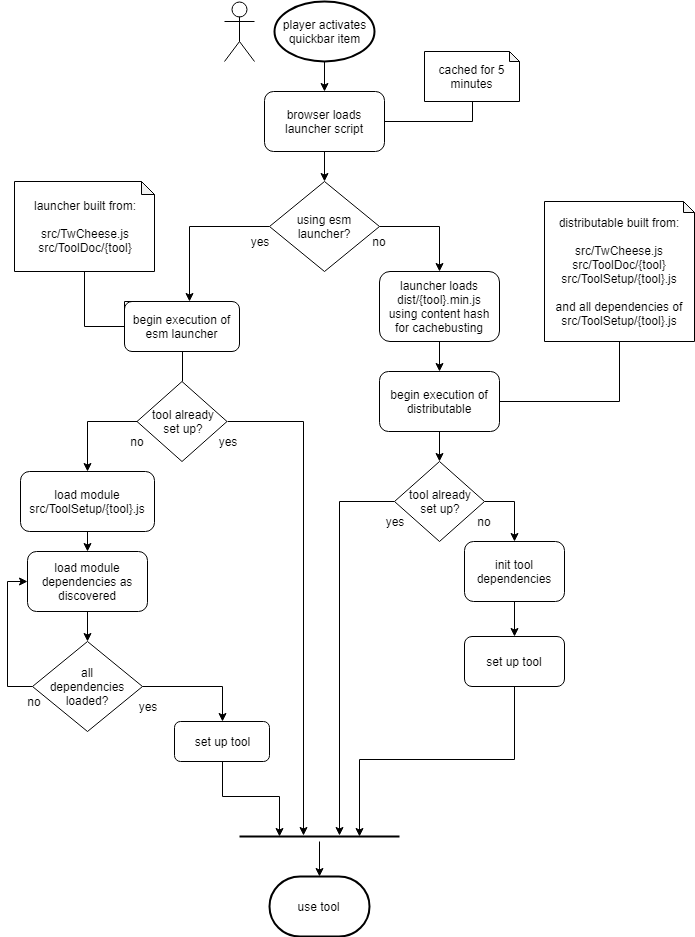
Earlier version of the draw.io export doc/developer/tool-execution.png (cheesasaurus/twcheese). Source tidied: cells renumbered, new cells last; positions are measured from the earlier drawing's top-left corner, leaving out a move shared by most shapes.
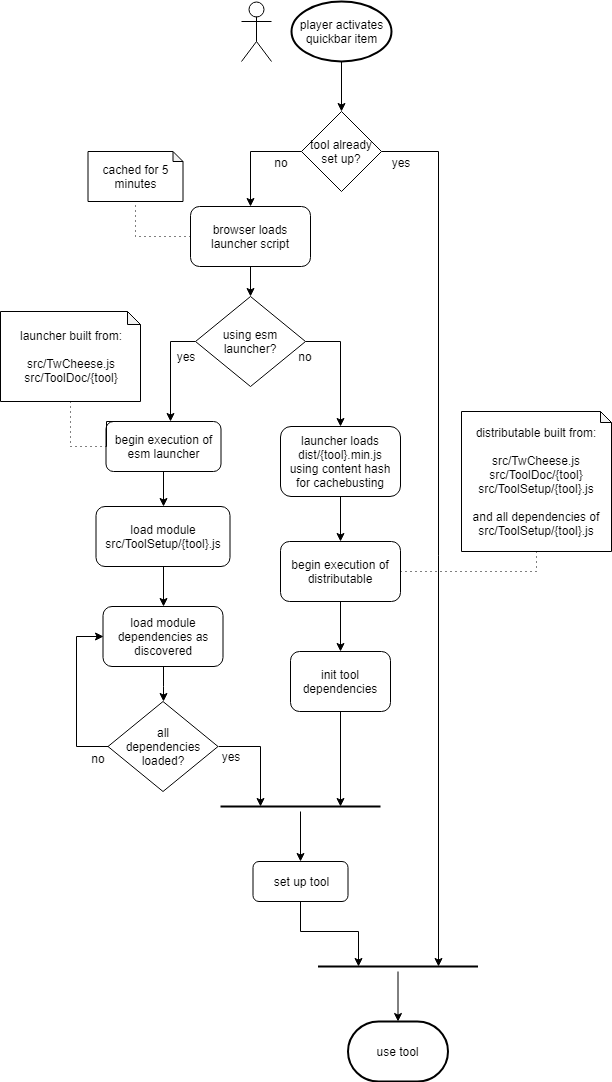
Later version of the same file.

Change to the diagram source:
```diff
@@ -5,17 +5,17 @@
     <mxCell id="2" style="shape=umlActor;verticalLabelPosition=bottom;labelBackgroundColor=#ffffff;verticalAlign=top;html=1;" parent="1" vertex="1">
       <mxGeometry x="210" width="30" height="60" as="geometry" />
     </mxCell>
-    <mxCell id="3" style="edgeStyle=orthogonalEdgeStyle;rounded=0;jettySize=auto;html=1;entryX=0.5;entryY=0;entryDx=0;entryDy=0;exitX=0.5;exitY=1;exitDx=0;exitDy=0;exitPerimeter=0;" parent="1" edge="1" source="52" target="6">
+    <mxCell id="3" style="edgeStyle=orthogonalEdgeStyle;rounded=0;jettySize=auto;html=1;entryX=0.5;entryY=0;entryDx=0;entryDy=0;exitX=0;exitY=0.5;exitDx=0;exitDy=0;" parent="1" edge="1" source="58" target="6">
       <mxGeometry relative="1" as="geometry" />
     </mxCell>
     <mxCell id="4" style="edgeStyle=orthogonalEdgeStyle;rounded=0;jettySize=auto;html=1;exitX=0.5;exitY=1;exitDx=0;exitDy=0;" parent="1" edge="1" source="6" target="9">
       <mxGeometry relative="1" as="geometry" />
     </mxCell>
-    <mxCell id="5" style="edgeStyle=orthogonalEdgeStyle;rounded=0;jettySize=auto;html=1;entryX=0.5;entryY=1;entryDx=0;entryDy=0;entryPerimeter=0;endArrow=none;endFill=0;" parent="1" edge="1" source="6" target="51">
+    <mxCell id="5" style="edgeStyle=orthogonalEdgeStyle;rounded=0;jettySize=auto;html=1;entryX=0.5;entryY=1;entryDx=0;entryDy=0;entryPerimeter=0;endArrow=none;endFill=0;exitX=0;exitY=0.5;exitDx=0;exitDy=0;strokeColor=#000000;dashed=1;dashPattern=1 4;" parent="1" edge="1" source="6" target="51">
       <mxGeometry relative="1" as="geometry" />
     </mxCell>
     <mxCell id="6" value="browser loads launcher script" style="rounded=1;whiteSpace=wrap;html=1;" parent="1" vertex="1">
-      <mxGeometry x="250" y="90" width="120" height="60" as="geometry" />
+      <mxGeometry x="159" y="205" width="120" height="60" as="geometry" />
     </mxCell>
     <mxCell id="7" style="edgeStyle=orthogonalEdgeStyle;rounded=0;jettySize=auto;html=1;exitX=0;exitY=0.5;exitDx=0;exitDy=0;entryX=0.565;entryY=0;entryDx=0;entryDy=0;entryPerimeter=0;" parent="1" edge="1" source="9" target="11">
       <mxGeometry relative="1" as="geometry" />
@@ -24,136 +24,126 @@
       <mxGeometry relative="1" as="geometry" />
     </mxCell>
     <mxCell id="9" value="using esm launcher?" style="rhombus;whiteSpace=wrap;html=1;" parent="1" vertex="1">
-      <mxGeometry x="255" y="180" width="110" height="90" as="geometry" />
+      <mxGeometry x="164" y="295" width="110" height="90" as="geometry" />
     </mxCell>
-    <mxCell id="10" style="edgeStyle=orthogonalEdgeStyle;rounded=0;jettySize=auto;html=1;exitX=0.5;exitY=1;exitDx=0;exitDy=0;entryX=0.5;entryY=0;entryDx=0;entryDy=0;endArrow=none;endFill=0;" parent="1" edge="1" source="11" target="17">
-      <mxGeometry relative="1" as="geometry" />
-    </mxCell>
     <mxCell id="11" value="begin execution of esm launcher" style="rounded=1;whiteSpace=wrap;html=1;" parent="1" vertex="1">
-      <mxGeometry x="110" y="300" width="115" height="50" as="geometry" />
+      <mxGeometry x="74.5" y="420" width="115" height="50" as="geometry" />
     </mxCell>
-    <mxCell id="12" style="edgeStyle=orthogonalEdgeStyle;rounded=0;jettySize=auto;html=1;exitX=0.5;exitY=1;exitDx=0;exitDy=0;exitPerimeter=0;entryX=0;entryY=0.5;entryDx=0;entryDy=0;endArrow=none;endFill=0;" parent="1" edge="1" source="13" target="11">
+    <mxCell id="12" style="edgeStyle=orthogonalEdgeStyle;rounded=0;jettySize=auto;html=1;exitX=0.5;exitY=1;exitDx=0;exitDy=0;exitPerimeter=0;entryX=0;entryY=0.5;entryDx=0;entryDy=0;endArrow=none;endFill=0;dashed=1;dashPattern=1 4;" parent="1" edge="1" source="13" target="11">
       <mxGeometry relative="1" as="geometry" />
     </mxCell>
     <mxCell id="13" value="&lt;div&gt;launcher built from:&lt;/div&gt;&lt;div&gt;&lt;br&gt;&lt;/div&gt;&lt;div&gt;src/TwCheese.js&lt;/div&gt;&lt;div&gt;src/ToolDoc/{tool}&lt;/div&gt;" style="shape=note;whiteSpace=wrap;html=1;backgroundOutline=1;darkOpacity=0.05;size=13;" parent="1" vertex="1">
-      <mxGeometry y="180" width="140" height="90" as="geometry" />
+      <mxGeometry x="-31" y="310" width="140" height="90" as="geometry" />
     </mxCell>
     <mxCell id="14" style="edgeStyle=orthogonalEdgeStyle;rounded=0;orthogonalLoop=1;jettySize=auto;html=1;exitX=0.25;exitY=0;exitDx=0;exitDy=0;entryX=0;entryY=0.5;entryDx=0;entryDy=0;endArrow=none;endFill=0;" parent="1" edge="1" source="11" target="11">
       <mxGeometry relative="1" as="geometry" />
     </mxCell>
-    <mxCell id="15" style="edgeStyle=orthogonalEdgeStyle;rounded=0;jettySize=auto;html=1;exitX=0;exitY=0.5;exitDx=0;exitDy=0;entryX=0.5;entryY=0;entryDx=0;entryDy=0;endArrow=classic;endFill=1;" parent="1" edge="1" source="17" target="19">
+    <mxCell id="15" style="edgeStyle=orthogonalEdgeStyle;rounded=0;jettySize=auto;html=1;exitX=0.5;exitY=1;exitDx=0;exitDy=0;entryX=0.5;entryY=0;entryDx=0;entryDy=0;endArrow=classic;endFill=1;" parent="1" edge="1" source="11" target="19">
       <mxGeometry relative="1" as="geometry" />
     </mxCell>
-    <mxCell id="16" style="edgeStyle=orthogonalEdgeStyle;rounded=0;jettySize=auto;html=1;exitX=1;exitY=0.5;exitDx=0;exitDy=0;entryX=0.4;entryY=0.4;entryDx=0;entryDy=0;entryPerimeter=0;endArrow=classic;endFill=1;" parent="1" edge="1" source="17" target="26">
-      <mxGeometry relative="1" as="geometry" />
-    </mxCell>
-    <mxCell id="17" value="&lt;div&gt;tool already&lt;/div&gt;&lt;div&gt; set up?&lt;/div&gt;" style="rhombus;whiteSpace=wrap;html=1;" parent="1" vertex="1">
-      <mxGeometry x="122.5" y="380" width="90" height="80" as="geometry" />
-    </mxCell>
-    <mxCell id="18" style="edgeStyle=orthogonalEdgeStyle;rounded=0;jettySize=auto;html=1;exitX=0.5;exitY=1;exitDx=0;exitDy=0;entryX=0.5;entryY=0;entryDx=0;entryDy=0;endArrow=classic;endFill=1;" parent="1" edge="1" source="19" target="21">
+    <mxCell id="18" style="edgeStyle=orthogonalEdgeStyle;rounded=0;jettySize=auto;html=1;exitX=0.5;exitY=1;exitDx=0;exitDy=0;entryX=0.5;entryY=0;entryDx=0;entryDy=0;" parent="1" edge="1" source="19" target="21">
       <mxGeometry relative="1" as="geometry" />
     </mxCell>
     <mxCell id="19" value="&lt;div&gt;load module&lt;/div&gt;&lt;div&gt;src/ToolSetup/{tool}.js&lt;br&gt;&lt;/div&gt;" style="rounded=1;whiteSpace=wrap;html=1;" parent="1" vertex="1">
-      <mxGeometry x="6" y="470" width="134" height="60" as="geometry" />
+      <mxGeometry x="64.5" y="505" width="134" height="60" as="geometry" />
     </mxCell>
-    <mxCell id="20" style="edgeStyle=orthogonalEdgeStyle;rounded=0;jettySize=auto;html=1;exitX=0.5;exitY=1;exitDx=0;exitDy=0;entryX=0.5;entryY=0;entryDx=0;entryDy=0;endArrow=classic;endFill=1;" parent="1" edge="1" source="21" target="24">
+    <mxCell id="20" style="edgeStyle=orthogonalEdgeStyle;rounded=0;jettySize=auto;html=1;entryX=0.5;entryY=0;entryDx=0;entryDy=0;" parent="1" edge="1" source="21" target="24">
       <mxGeometry relative="1" as="geometry" />
     </mxCell>
     <mxCell id="21" value="load module dependencies as discovered" style="rounded=1;whiteSpace=wrap;html=1;" parent="1" vertex="1">
-      <mxGeometry x="13" y="550" width="120" height="60" as="geometry" />
+      <mxGeometry x="71.5" y="605" width="120" height="60" as="geometry" />
     </mxCell>
     <mxCell id="22" style="edgeStyle=orthogonalEdgeStyle;rounded=0;jettySize=auto;html=1;exitX=0;exitY=0.5;exitDx=0;exitDy=0;entryX=0;entryY=0.5;entryDx=0;entryDy=0;endArrow=classic;endFill=1;" parent="1" edge="1" source="24" target="21">
-      <mxGeometry relative="1" as="geometry" />
+      <mxGeometry relative="1" as="geometry">
+        <Array as="points">
+          <mxPoint x="45" y="745" />
+          <mxPoint x="45" y="635" />
+        </Array>
+      </mxGeometry>
     </mxCell>
-    <mxCell id="23" style="edgeStyle=orthogonalEdgeStyle;rounded=0;jettySize=auto;html=1;exitX=1;exitY=0.5;exitDx=0;exitDy=0;entryX=0.5;entryY=0;entryDx=0;entryDy=0;" parent="1" edge="1" source="24" target="50">
+    <mxCell id="23" style="edgeStyle=orthogonalEdgeStyle;rounded=0;jettySize=auto;html=1;exitX=1;exitY=0.5;exitDx=0;exitDy=0;entryX=0.25;entryY=0.5;entryDx=0;entryDy=0;entryPerimeter=0;" parent="1" edge="1" source="24" target="26">
       <mxGeometry relative="1" as="geometry" />
     </mxCell>
     <mxCell id="24" value="&lt;div&gt;all&lt;br&gt;&lt;/div&gt;&lt;div&gt;dependencies loaded?&lt;/div&gt;" style="rhombus;whiteSpace=wrap;html=1;" parent="1" vertex="1">
-      <mxGeometry x="18" y="640" width="110" height="90" as="geometry" />
+      <mxGeometry x="76.5" y="700" width="110" height="90" as="geometry" />
     </mxCell>
-    <mxCell id="25" style="edgeStyle=orthogonalEdgeStyle;rounded=0;jettySize=auto;html=1;entryX=0.5;entryY=0;entryDx=0;entryDy=0;entryPerimeter=0;endArrow=classic;endFill=1;" parent="1" edge="1" source="26" target="38">
-      <mxGeometry relative="1" as="geometry" />
-    </mxCell>
+    <mxCell id="53" style="edgeStyle=orthogonalEdgeStyle;rounded=0;jettySize=auto;html=1;entryX=0.5;entryY=0;entryDx=0;entryDy=0;" parent="1" edge="1" source="26" target="50">
+      <mxGeometry relative="1" as="geometry" />
+    </mxCell>
     <mxCell id="26" style="line;strokeWidth=2;html=1;" parent="1" vertex="1">
-      <mxGeometry x="225" y="830" width="160" height="10" as="geometry" />
+      <mxGeometry x="189" y="800" width="160" height="10" as="geometry" />
     </mxCell>
     <mxCell id="27" style="edgeStyle=orthogonalEdgeStyle;rounded=0;jettySize=auto;html=1;exitX=0.5;exitY=1;exitDx=0;exitDy=0;entryX=0.5;entryY=0;entryDx=0;entryDy=0;endArrow=classic;endFill=1;" parent="1" edge="1" source="28" target="30">
       <mxGeometry relative="1" as="geometry" />
     </mxCell>
     <mxCell id="28" value="launcher loads dist/{tool}.min.js using content hash for cachebusting" style="rounded=1;whiteSpace=wrap;html=1;" parent="1" vertex="1">
-      <mxGeometry x="365" y="270" width="120" height="70" as="geometry" />
+      <mxGeometry x="249" y="425" width="120" height="70" as="geometry" />
     </mxCell>
-    <mxCell id="29" style="edgeStyle=orthogonalEdgeStyle;rounded=0;jettySize=auto;html=1;exitX=0.5;exitY=1;exitDx=0;exitDy=0;entryX=0.5;entryY=0;entryDx=0;entryDy=0;endArrow=classic;endFill=1;" parent="1" edge="1" source="30" target="33">
-      <mxGeometry relative="1" as="geometry" />
-    </mxCell>
     <mxCell id="30" value="begin execution of distributable" style="rounded=1;whiteSpace=wrap;html=1;" parent="1" vertex="1">
-      <mxGeometry x="365" y="370" width="120" height="60" as="geometry" />
+      <mxGeometry x="249" y="540" width="120" height="60" as="geometry" />
     </mxCell>
-    <mxCell id="31" style="edgeStyle=orthogonalEdgeStyle;rounded=0;jettySize=auto;html=1;exitX=0;exitY=0.5;exitDx=0;exitDy=0;entryX=0.625;entryY=0.4;entryDx=0;entryDy=0;entryPerimeter=0;endArrow=classic;endFill=1;" parent="1" edge="1" source="33" target="26">
-      <mxGeometry relative="1" as="geometry" />
-    </mxCell>
-    <mxCell id="32" style="edgeStyle=orthogonalEdgeStyle;rounded=0;jettySize=auto;html=1;exitX=1;exitY=0.5;exitDx=0;exitDy=0;entryX=0.5;entryY=0;entryDx=0;entryDy=0;endArrow=classic;endFill=1;" parent="1" edge="1" source="33" target="35">
+    <mxCell id="32" style="edgeStyle=orthogonalEdgeStyle;rounded=0;jettySize=auto;html=1;exitX=0.5;exitY=1;exitDx=0;exitDy=0;entryX=0.5;entryY=0;entryDx=0;entryDy=0;endArrow=classic;endFill=1;" parent="1" edge="1" source="30" target="35">
       <mxGeometry relative="1" as="geometry" />
     </mxCell>
-    <mxCell id="33" value="&lt;div&gt;tool already&lt;/div&gt;&lt;div&gt;set up?&lt;br&gt;&lt;/div&gt;" style="rhombus;whiteSpace=wrap;html=1;" parent="1" vertex="1">
-      <mxGeometry x="380" y="460" width="90" height="80" as="geometry" />
-    </mxCell>
-    <mxCell id="34" style="edgeStyle=orthogonalEdgeStyle;rounded=0;jettySize=auto;html=1;exitX=0.5;exitY=1;exitDx=0;exitDy=0;entryX=0.5;entryY=0;entryDx=0;entryDy=0;" parent="1" edge="1" source="35" target="48">
-      <mxGeometry relative="1" as="geometry" />
-    </mxCell>
+    <mxCell id="54" style="edgeStyle=orthogonalEdgeStyle;rounded=0;jettySize=auto;html=1;entryX=0.75;entryY=0.5;entryDx=0;entryDy=0;entryPerimeter=0;" parent="1" edge="1" source="35" target="26">
+      <mxGeometry relative="1" as="geometry" />
+    </mxCell>
     <mxCell id="35" value="init tool dependencies" style="rounded=1;whiteSpace=wrap;html=1;" parent="1" vertex="1">
-      <mxGeometry x="450" y="540" width="100" height="60" as="geometry" />
+      <mxGeometry x="259" y="650" width="100" height="60" as="geometry" />
     </mxCell>
-    <mxCell id="36" style="edgeStyle=orthogonalEdgeStyle;rounded=0;jettySize=auto;html=1;exitX=0.5;exitY=1;exitDx=0;exitDy=0;exitPerimeter=0;entryX=1;entryY=0.5;entryDx=0;entryDy=0;endArrow=none;endFill=0;" parent="1" edge="1" source="37" target="30">
+    <mxCell id="36" style="edgeStyle=orthogonalEdgeStyle;rounded=0;jettySize=auto;html=1;exitX=0.5;exitY=1;exitDx=0;exitDy=0;exitPerimeter=0;entryX=1;entryY=0.5;entryDx=0;entryDy=0;endArrow=none;endFill=0;dashed=1;dashPattern=1 4;" parent="1" edge="1" source="37" target="30">
       <mxGeometry relative="1" as="geometry" />
     </mxCell>
     <mxCell id="37" value="&lt;div&gt;distributable built from:&lt;/div&gt;&lt;div&gt;&lt;br&gt;&lt;/div&gt;&lt;div&gt;src/TwCheese.js&lt;/div&gt;&lt;div&gt;src/ToolDoc/{tool}&lt;/div&gt;&lt;div&gt;src/ToolSetup/{tool}.js&lt;/div&gt;&lt;div&gt;&lt;br&gt;&lt;/div&gt;&lt;div&gt;and all dependencies of src/ToolSetup/{tool}.js&lt;br&gt;&lt;/div&gt;" style="shape=note;whiteSpace=wrap;html=1;backgroundOutline=1;darkOpacity=0.05;size=11;" parent="1" vertex="1">
-      <mxGeometry x="530" y="200" width="150" height="140" as="geometry" />
+      <mxGeometry x="430" y="410" width="150" height="140" as="geometry" />
     </mxCell>
     <mxCell id="38" value="use tool" style="strokeWidth=2;html=1;shape=mxgraph.flowchart.terminator;whiteSpace=wrap;" parent="1" vertex="1">
-      <mxGeometry x="255" y="875" width="100" height="60" as="geometry" />
+      <mxGeometry x="316.5" y="1020" width="100" height="60" as="geometry" />
     </mxCell>
     <mxCell id="39" value="yes" style="text;html=1;strokeColor=none;fillColor=none;align=center;verticalAlign=middle;whiteSpace=wrap;rounded=0;" parent="1" vertex="1">
-      <mxGeometry x="225" y="230" width="40" height="20" as="geometry" />
+      <mxGeometry x="134" y="345" width="40" height="20" as="geometry" />
     </mxCell>
     <mxCell id="40" value="no" style="text;html=1;strokeColor=none;fillColor=none;align=center;verticalAlign=middle;whiteSpace=wrap;rounded=0;" parent="1" vertex="1">
-      <mxGeometry x="345" y="230" width="40" height="20" as="geometry" />
+      <mxGeometry x="254" y="345" width="40" height="20" as="geometry" />
     </mxCell>
-    <mxCell id="41" value="no" style="text;html=1;strokeColor=none;fillColor=none;align=center;verticalAlign=middle;whiteSpace=wrap;rounded=0;" parent="1" vertex="1">
-      <mxGeometry x="102.5" y="430" width="40" height="20" as="geometry" />
-    </mxCell>
-    <mxCell id="42" value="yes" style="text;html=1;strokeColor=none;fillColor=none;align=center;verticalAlign=middle;whiteSpace=wrap;rounded=0;" parent="1" vertex="1">
-      <mxGeometry x="192.5" y="430" width="40" height="20" as="geometry" />
-    </mxCell>
     <mxCell id="43" value="no" style="text;html=1;strokeColor=none;fillColor=none;align=center;verticalAlign=middle;whiteSpace=wrap;rounded=0;" parent="1" vertex="1">
-      <mxGeometry y="690" width="40" height="20" as="geometry" />
+      <mxGeometry x="46.5" y="747" width="40" height="20" as="geometry" />
     </mxCell>
     <mxCell id="44" value="yes" style="text;html=1;strokeColor=none;fillColor=none;align=center;verticalAlign=middle;whiteSpace=wrap;rounded=0;" parent="1" vertex="1">
-      <mxGeometry x="113" y="695" width="40" height="20" as="geometry" />
+      <mxGeometry x="179" y="745" width="40" height="20" as="geometry" />
     </mxCell>
-    <mxCell id="45" value="yes" style="text;html=1;strokeColor=none;fillColor=none;align=center;verticalAlign=middle;whiteSpace=wrap;rounded=0;" parent="1" vertex="1">
-      <mxGeometry x="360" y="510" width="40" height="20" as="geometry" />
-    </mxCell>
-    <mxCell id="46" value="no" style="text;html=1;strokeColor=none;fillColor=none;align=center;verticalAlign=middle;whiteSpace=wrap;rounded=0;" parent="1" vertex="1">
-      <mxGeometry x="450" y="510" width="40" height="20" as="geometry" />
-    </mxCell>
-    <mxCell id="47" style="edgeStyle=orthogonalEdgeStyle;rounded=0;jettySize=auto;html=1;exitX=0.5;exitY=1;exitDx=0;exitDy=0;entryX=0.75;entryY=0.5;entryDx=0;entryDy=0;entryPerimeter=0;" parent="1" edge="1" source="48" target="26">
-      <mxGeometry relative="1" as="geometry" />
-    </mxCell>
-    <mxCell id="48" value="set up tool" style="rounded=1;whiteSpace=wrap;html=1;" parent="1" vertex="1">
-      <mxGeometry x="450" y="635" width="100" height="50" as="geometry" />
-    </mxCell>
-    <mxCell id="49" style="edgeStyle=orthogonalEdgeStyle;rounded=0;jettySize=auto;html=1;exitX=0.5;exitY=1;exitDx=0;exitDy=0;entryX=0.25;entryY=0.5;entryDx=0;entryDy=0;entryPerimeter=0;" parent="1" edge="1" source="50" target="26">
-      <mxGeometry relative="1" as="geometry" />
-    </mxCell>
+    <mxCell id="55" style="edgeStyle=orthogonalEdgeStyle;rounded=0;jettySize=auto;html=1;strokeColor=#000000;entryX=0.25;entryY=0.5;entryDx=0;entryDy=0;entryPerimeter=0;" parent="1" edge="1" source="50" target="60">
+      <mxGeometry relative="1" as="geometry" />
+    </mxCell>
     <mxCell id="50" value="set up tool" style="rounded=1;whiteSpace=wrap;html=1;" parent="1" vertex="1">
-      <mxGeometry x="160" y="720" width="95" height="40" as="geometry" />
+      <mxGeometry x="221.5" y="860" width="95" height="40" as="geometry" />
     </mxCell>
     <mxCell id="51" value="cached for 5 minutes" style="shape=note;whiteSpace=wrap;html=1;backgroundOutline=1;darkOpacity=0.05;size=10;" parent="1" vertex="1">
-      <mxGeometry x="410" y="50" width="95" height="50" as="geometry" />
+      <mxGeometry x="56.5" y="150" width="95" height="50" as="geometry" />
     </mxCell>
+    <mxCell id="56" style="edgeStyle=orthogonalEdgeStyle;rounded=0;jettySize=auto;html=1;strokeColor=#000000;" parent="1" edge="1" source="52" target="58">
+      <mxGeometry relative="1" as="geometry" />
+    </mxCell>
     <mxCell id="52" value="player activates&lt;br&gt;quickbar item&lt;br&gt;" style="strokeWidth=2;html=1;shape=mxgraph.flowchart.start_1;whiteSpace=wrap;" parent="1" vertex="1">
       <mxGeometry x="260" width="100" height="60" as="geometry" />
     </mxCell>
+    <mxCell id="57" style="edgeStyle=orthogonalEdgeStyle;rounded=0;jettySize=auto;html=1;strokeColor=#000000;entryX=0.75;entryY=0.5;entryDx=0;entryDy=0;entryPerimeter=0;exitX=1;exitY=0.5;exitDx=0;exitDy=0;" parent="1" edge="1" source="58" target="60">
+      <mxGeometry relative="1" as="geometry" />
+    </mxCell>
+    <mxCell id="58" value="tool already set up?" style="rhombus;whiteSpace=wrap;html=1;" parent="1" vertex="1">
+      <mxGeometry x="270" y="110" width="80" height="80" as="geometry" />
+    </mxCell>
+    <mxCell id="59" style="edgeStyle=orthogonalEdgeStyle;rounded=0;jettySize=auto;html=1;strokeColor=#000000;" parent="1" edge="1" source="60" target="38">
+      <mxGeometry relative="1" as="geometry" />
+    </mxCell>
+    <mxCell id="60" style="line;strokeWidth=2;html=1;" parent="1" vertex="1">
+      <mxGeometry x="286.5" y="960" width="160" height="10" as="geometry" />
+    </mxCell>
+    <mxCell id="61" value="yes" style="text;html=1;strokeColor=none;fillColor=none;align=center;verticalAlign=middle;whiteSpace=wrap;rounded=0;" parent="1" vertex="1">
+      <mxGeometry x="348.5" y="150.5" width="40" height="20" as="geometry" />
+    </mxCell>
+    <mxCell id="62" value="no" style="text;html=1;strokeColor=none;fillColor=none;align=center;verticalAlign=middle;whiteSpace=wrap;rounded=0;" parent="1" vertex="1">
+      <mxGeometry x="230" y="151" width="40" height="20" as="geometry" />
+    </mxCell>
   </root>
 </mxGraphModel>
```
